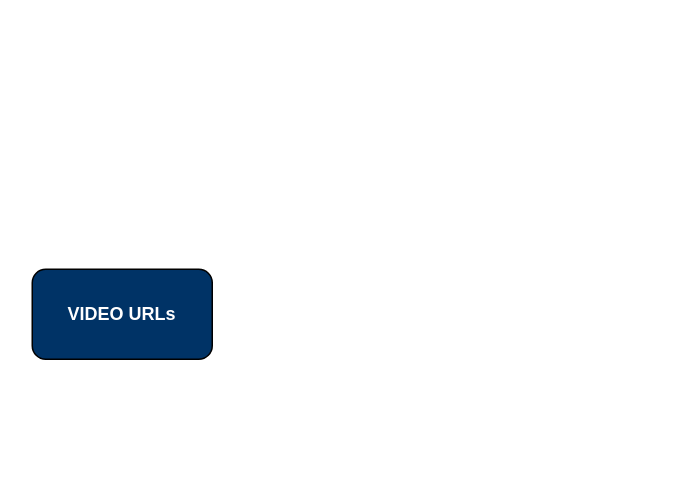
Earlier version of the draw.io diagram Untitled Diagram.drawio (pragathi23/a). Source tidied: cells renumbered, new cells numbered last; positions are measured from the earlier drawing's top-left corner, leaving out a move shared by most shapes. Both pictures are drawn from the tidied source at 150%, with x=0, y=0 at pixel (32, 268). Pictures stored in the file or linked from it are replaced by grey dashed boxes.
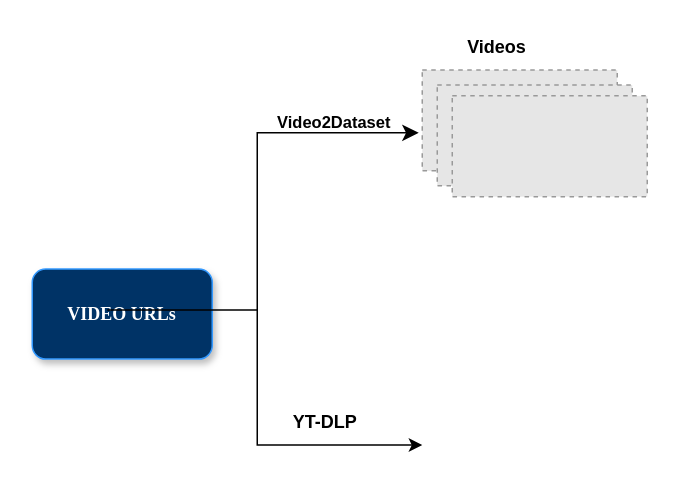
The same diagram, later.

The edit, as a diff of the source:
```diff
@@
 <mxGraphModel>
   <root>
     <mxCell id="0" />
     <mxCell id="1" parent="0" />
-    <mxCell id="2" value="&lt;b&gt;&lt;font color=&quot;#ffffff&quot;&gt;VIDEO URLs&lt;/font&gt;&lt;/b&gt;" style="rounded=1;whiteSpace=wrap;html=1;fillColor=#003366;" parent="1" vertex="1">
-      <mxGeometry width="120" height="60" as="geometry" />
+    <mxCell id="2" value="&lt;b&gt;&lt;font face=&quot;Times New Roman&quot; color=&quot;#ffffff&quot;&gt;VIDEO URLs&lt;/font&gt;&lt;/b&gt;" style="rounded=1;whiteSpace=wrap;html=1;fillColor=#003366;shadow=1;strokeColor=#3399FF;" parent="1" vertex="1">
+      <mxGeometry y="-0.1" width="120" height="60" as="geometry" />
     </mxCell>
+    <mxCell id="3" style="fillColor=#E6E6E6;strokeColor=#999999;dashed=1;verticalLabelPosition=bottom;verticalAlign=top;" parent="1" vertex="1">
+      <mxGeometry x="260" y="-132.8" width="130" height="67.2" as="geometry" />
+    </mxCell>
+    <mxCell id="4" style="fillColor=#E6E6E6;strokeColor=#999999;dashed=1;verticalLabelPosition=bottom;verticalAlign=top;" parent="1" vertex="1">
+      <mxGeometry x="270" y="-122.8" width="130" height="67.2" as="geometry" />
+    </mxCell>
+    <mxCell id="5" style="fillColor=#E6E6E6;strokeColor=#999999;dashed=1;verticalLabelPosition=bottom;verticalAlign=top;" parent="1" vertex="1">
+      <mxGeometry x="280" y="-115.6" width="130" height="67.2" as="geometry" />
+    </mxCell>
+    <mxCell id="6" style="edgeStyle=orthogonalEdgeStyle;rounded=0;orthogonalLoop=1;jettySize=auto;html=1;exitX=0.5;exitY=1;exitDx=0;exitDy=0;" parent="1" edge="1" source="2" target="2">
+      <mxGeometry relative="1" as="geometry" />
+    </mxCell>
+    <mxCell id="7" value="&lt;b&gt;Videos&lt;/b&gt;" style="text;strokeColor=none;align=center;fillColor=none;html=1;verticalAlign=middle;whiteSpace=wrap;rounded=0;" parent="1" vertex="1">
+      <mxGeometry x="280" y="-162.8" width="60" height="30" as="geometry" />
+    </mxCell>
+    <mxCell id="8" style="edgeStyle=elbowEdgeStyle;elbow=horizontal;endArrow=classic;html=1;curved=0;rounded=0;endSize=8;startSize=8;entryX=-0.018;entryY=0.623;entryDx=0;entryDy=0;entryPerimeter=0;" parent="1" edge="1" target="3">
+      <mxGeometry relative="1" as="geometry">
+        <mxPoint x="50" y="27.2" as="sourcePoint" />
+        <Array as="points">
+          <mxPoint x="150" y="-32.8" />
+        </Array>
+      </mxGeometry>
+    </mxCell>
+    <mxCell id="9" value="&lt;b&gt;Video2Dataset&lt;/b&gt;" style="edgeLabel;html=1;align=center;verticalAlign=middle;" parent="8" vertex="1">
+      <mxGeometry x="-0.38" y="-1" relative="1" as="geometry">
+        <mxPoint x="49" y="-125" as="offset" />
+      </mxGeometry>
+    </mxCell>
+    <mxCell id="10" style="endArrow=classic;html=1;rounded=0;" parent="1" edge="1">
+      <mxGeometry relative="1" as="geometry">
+        <mxPoint x="150" y="27.2" as="sourcePoint" />
+        <mxPoint x="260" y="117.2" as="targetPoint" />
+        <Array as="points">
+          <mxPoint x="150" y="117.2" />
+        </Array>
+      </mxGeometry>
+    </mxCell>
+    <mxCell id="11" value="&lt;b&gt;YT-DLP&lt;/b&gt;" style="text;html=1;align=center;verticalAlign=middle;strokeColor=none;fillColor=none;" parent="1" vertex="1">
+      <mxGeometry x="160" y="87.2" width="70" height="30" as="geometry" />
+    </mxCell>
   </root>
 </mxGraphModel>
```
